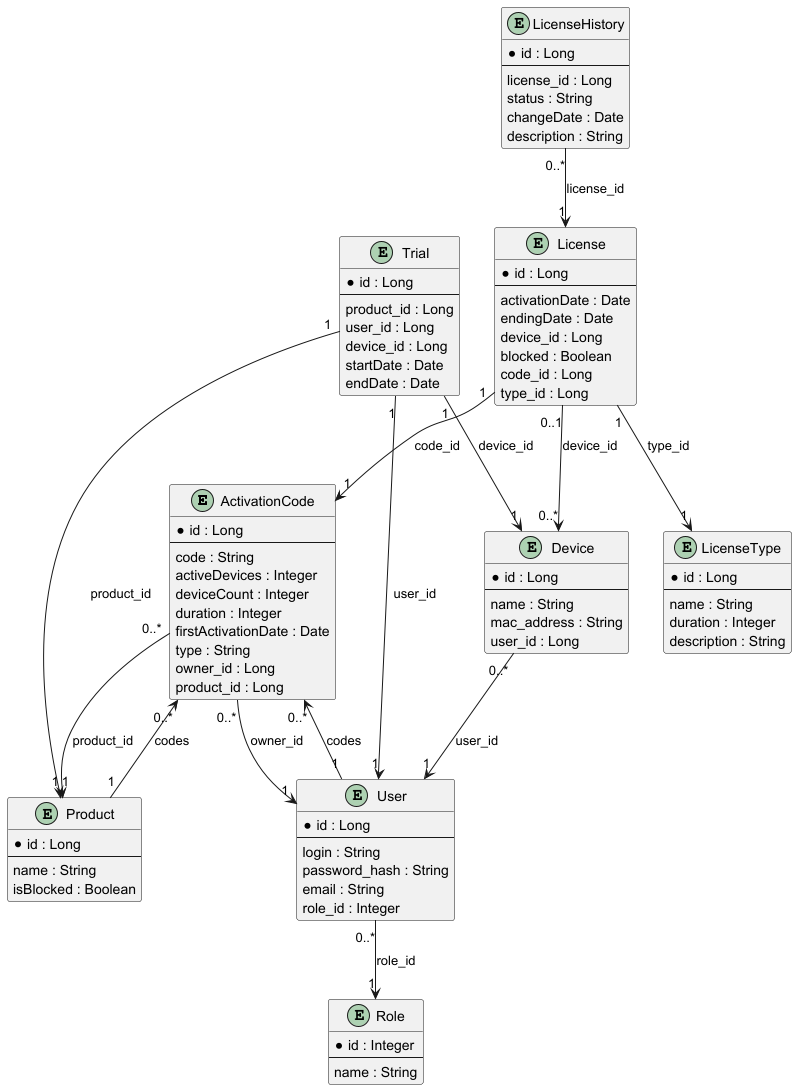
Before: images/tables.png, a diagram exported from PlantUML (MatorinFedor/rbpo_2024_praktika).
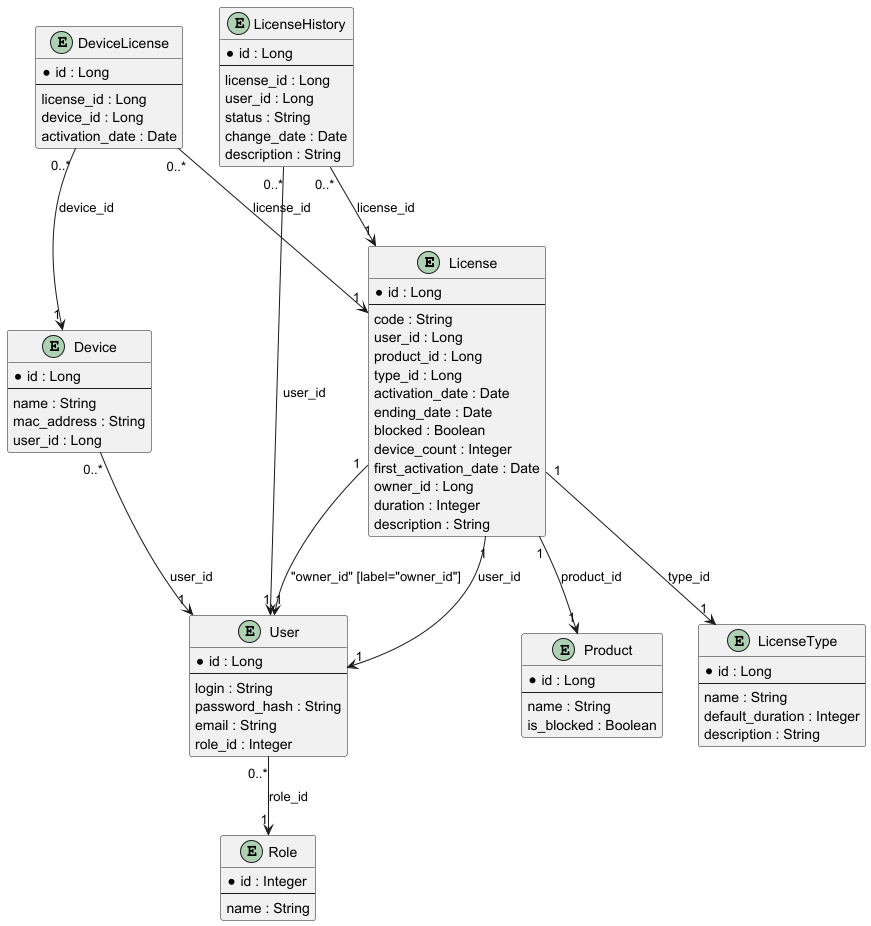
Later version of the same file.

Commit message:
Добавление структуры БД для лицензий

The edit, as a diff of the source:
```diff
@@ -1,50 +1,35 @@
 @startuml
-
-entity "ActivationCode" {
-  * id : Long
-  --
-  code : String
-  activeDevices : Integer
-  deviceCount : Integer
-  duration : Integer
-  firstActivationDate : Date
-  type : String
-  owner_id : Long
-  product_id : Long
-}
 
 entity "License" {
   * id : Long
   --
-  activationDate : Date
-  endingDate : Date
-  device_id : Long
+  code : String
+  user_id : Long
+  product_id : Long
+  type_id : Long
+  activation_date : Date
+  ending_date : Date
   blocked : Boolean
-  code_id : Long
-  type_id : Long
+  device_count : Integer
+  first_activation_date : Date
+  owner_id : Long
+  duration : Integer
+  description : String
 }
 
 entity "Product" {
   * id : Long
   --
   name : String
-  isBlocked : Boolean
+  is_blocked : Boolean
 }
 
-entity "Role" {
-  * id : Integer
+entity "LicenseType" {
+  * id : Long
   --
   name : String
-}
-
-entity "Trial" {
-  * id : Long
-  --
-  product_id : Long
-  user_id : Long
-  device_id : Long
-  startDate : Date
-  endDate : Date
+  default_duration : Integer
+  description : String
 }
 
 entity "User" {
@@ -64,35 +49,42 @@
   user_id : Long
 }
 
-entity "LicenseType" {
+entity "DeviceLicense" {
   * id : Long
   --
-  name : String
-  duration : Integer
-  description : String
+  license_id : Long
+  device_id : Long
+  activation_date : Date
 }
 
 entity "LicenseHistory" {
   * id : Long
   --
   license_id : Long
+  user_id : Long
   status : String
-  changeDate : Date
+  change_date : Date
   description : String
 }
 
-ActivationCode "0..*" --> "1" User : "owner_id"
-ActivationCode "0..*" --> "1" Product : "product_id"
-License "1" --> "1" ActivationCode : "code_id"
-License "0..1" --> "0..*" Device : "device_id"
+entity "Role" {
+  * id : Integer
+  --
+  name : String
+}
+
+License "1" --> "1" User : "user_id"
+License "1" --> "1" Product : "product_id"
 License "1" --> "1" LicenseType : "type_id"
+License "1" --> "1" User : "owner_id" [label="owner_id"]
+
+DeviceLicense "0..*" --> "1" License : "license_id"
+DeviceLicense "0..*" --> "1" Device : "device_id"
+
 LicenseHistory "0..*" --> "1" License : "license_id"
-Trial "1" --> "1" User : "user_id"
-Trial "1" --> "1" Product : "product_id"
-Trial "1" --> "1" Device : "device_id"
+LicenseHistory "0..*" --> "1" User : "user_id"
+
 User "0..*" --> "1" Role : "role_id"
-Product "1" --> "0..*" ActivationCode : "codes"
-User "1" --> "0..*" ActivationCode : "codes"
 Device "0..*" --> "1" User : "user_id"
 
 @enduml
```
